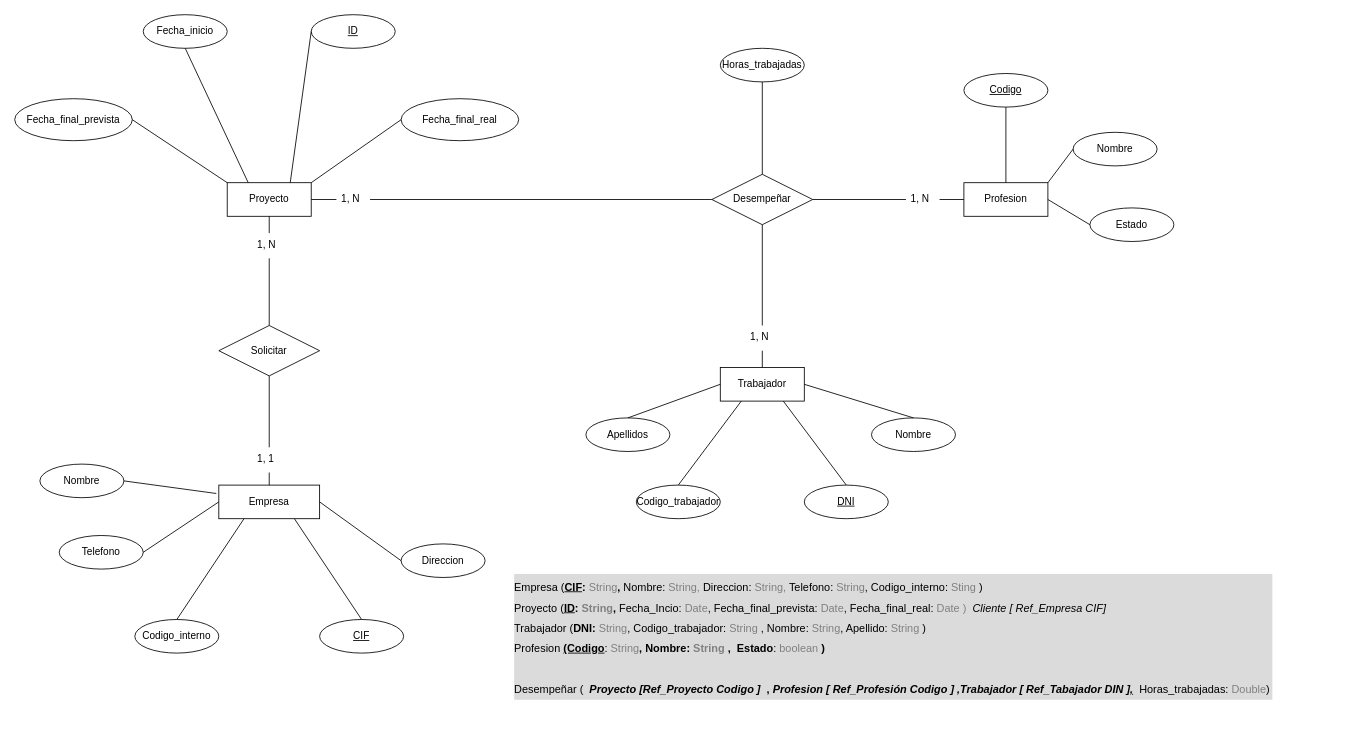
Above: Actividad_12_C3_UD12.drawio in jordimall/jmg-tsys-ta12diagramasER-drawio-111023 (draw.io), before the change. Source tidied: cells renumbered, new cells numbered last; positions are measured from the earlier drawing's top-left corner, leaving out a move shared by most shapes. Both pictures are drawn from the tidied source at 84%, with x=0, y=0 at pixel (14, 14).
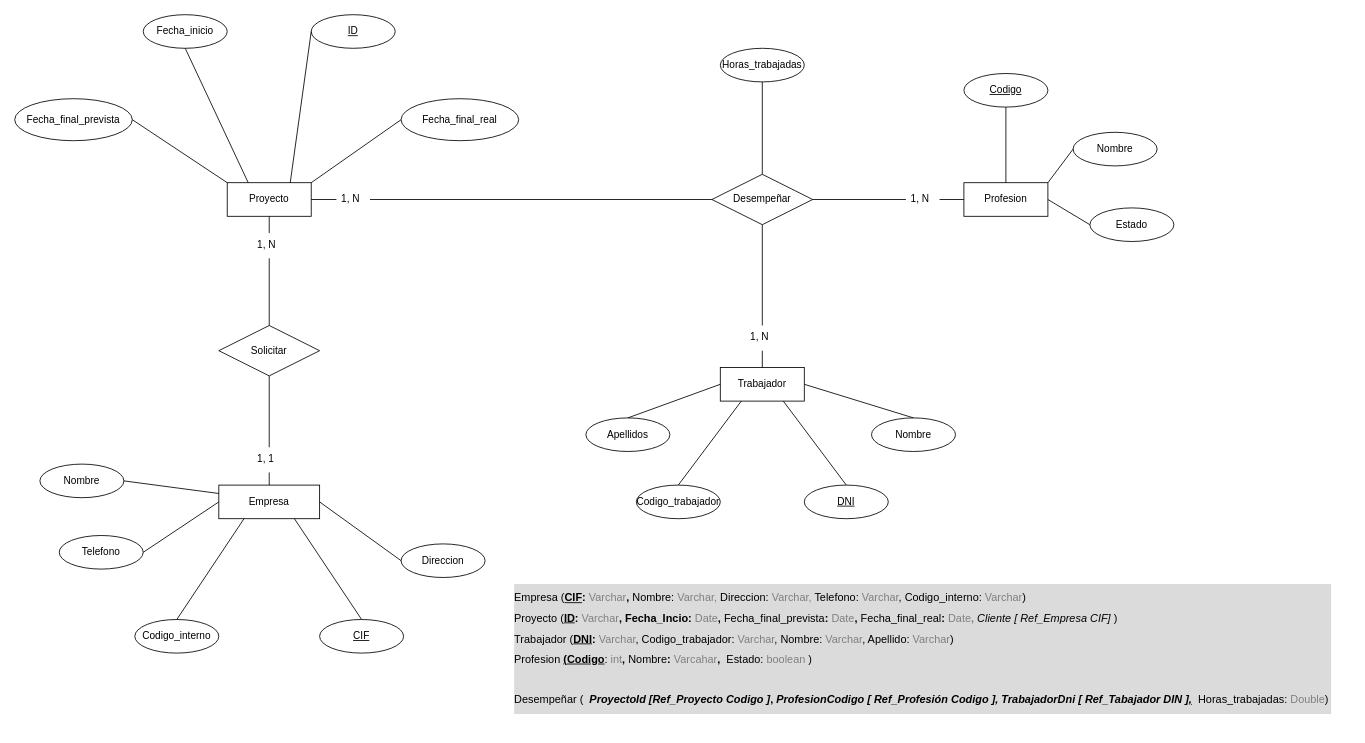
The same page after the edit.

Unchanged cells that the change refers to:
```xml
<mxCell id="2" value="Empresa" style="whiteSpace=wrap;html=1;align=center;rounded=0;" parent="1" vertex="1">
  <mxGeometry x="243" y="560" width="120" height="40" as="geometry" />
</mxCell>
<mxCell id="54" value="Nombre" style="ellipse;whiteSpace=wrap;html=1;align=center;" parent="1" vertex="1">
  <mxGeometry x="30" y="535" width="100" height="40" as="geometry" />
</mxCell>
```

The edit, as a diff of the source:
```diff
@@
-    <mxCell id="53" value="&lt;h1 style=&quot;font-size: 13px;&quot;&gt;&lt;font style=&quot;font-size: 13px;&quot;&gt;&lt;span style=&quot;font-weight: normal;&quot;&gt;Empresa&lt;/span&gt; &lt;span style=&quot;font-weight: normal;&quot;&gt;(&lt;/span&gt;&lt;u style=&quot;&quot;&gt;CIF&lt;/u&gt;: &lt;font style=&quot;font-weight: normal; font-size: 13px;&quot; color=&quot;#808080&quot;&gt;String&lt;/font&gt;, &lt;span style=&quot;font-weight: normal;&quot;&gt;Nombre&lt;/span&gt;&lt;/font&gt;&lt;span style=&quot;font-weight: normal;&quot;&gt;:&lt;/span&gt;&amp;nbsp;&lt;font style=&quot;font-weight: normal; border-color: var(--border-color);&quot; color=&quot;#808080&quot;&gt;String,&amp;nbsp;&lt;/font&gt;&lt;span style=&quot;font-weight: normal;&quot;&gt;Direccion:&lt;/span&gt; &lt;font style=&quot;font-weight: normal;&quot; color=&quot;#808080&quot;&gt;String,&lt;/font&gt;&lt;span style=&quot;font-weight: normal;&quot;&gt; Telefono: &lt;/span&gt;&lt;font style=&quot;font-weight: normal;&quot; color=&quot;#808080&quot;&gt;String&lt;/font&gt;&lt;span style=&quot;font-weight: normal;&quot;&gt;, Codigo_interno: &lt;/span&gt;&lt;font style=&quot;font-weight: normal;&quot; color=&quot;#808080&quot;&gt;Sting &lt;/font&gt;&lt;span style=&quot;font-weight: normal;&quot;&gt;)&lt;/span&gt;&lt;/h1&gt;&lt;h1 style=&quot;line-height: 120%; font-size: 13px;&quot;&gt;&lt;font style=&quot;font-size: 13px;&quot;&gt;&lt;span style=&quot;font-weight: normal;&quot;&gt;Proyecto&lt;/span&gt; &lt;span style=&quot;font-weight: normal;&quot;&gt;(&lt;/span&gt;&lt;u&gt;ID&lt;/u&gt;: &lt;font style=&quot;font-size: 13px;&quot; color=&quot;#808080&quot;&gt;String&lt;/font&gt;, &lt;span style=&quot;font-weight: normal;&quot;&gt;Fecha_Incio: &lt;font style=&quot;font-size: 13px;&quot; color=&quot;#808080&quot;&gt;Date&lt;/font&gt;, Fecha_final_prevista: &lt;font style=&quot;font-size: 13px;&quot; color=&quot;#808080&quot;&gt;Date&lt;/font&gt;, Fecha_final_real: &lt;font style=&quot;font-size: 13px;&quot; color=&quot;#808080&quot;&gt;Date )&lt;/font&gt;&lt;/span&gt;&lt;span style=&quot;font-weight: normal;&quot;&gt;&amp;nbsp;&amp;nbsp;&lt;i&gt;Cliente [ Ref_Empresa CIF]&amp;nbsp;&lt;/i&gt;&lt;/span&gt;&lt;/font&gt;&lt;/h1&gt;&lt;h1 style=&quot;line-height: 120%; font-size: 13px;&quot;&gt;&lt;font style=&quot;font-size: 13px;&quot;&gt;&lt;span style=&quot;font-weight: normal;&quot;&gt;Trabajador&lt;/span&gt; &lt;span style=&quot;font-weight: normal;&quot;&gt;(&lt;/span&gt;DNI:&lt;span style=&quot;font-weight: normal;&quot;&gt; &lt;font style=&quot;font-size: 13px;&quot; color=&quot;#808080&quot;&gt;String&lt;/font&gt;&lt;/span&gt;&lt;span style=&quot;font-weight: normal;&quot;&gt;, Codigo_trabajador: &lt;font style=&quot;font-size: 13px;&quot; color=&quot;#808080&quot;&gt;String&lt;/font&gt; , Nombre: &lt;font style=&quot;font-size: 13px;&quot; color=&quot;#808080&quot;&gt;String&lt;/font&gt;, Apellido: &lt;font style=&quot;font-size: 13px;&quot; color=&quot;#808080&quot;&gt;String&lt;/font&gt; )&lt;/span&gt;&lt;/font&gt;&lt;/h1&gt;&lt;h1 style=&quot;line-height: 120%; font-size: 13px;&quot;&gt;&lt;font style=&quot;font-size: 13px;&quot;&gt;&lt;span style=&quot;font-weight: normal;&quot;&gt;Profesion&lt;/span&gt; &lt;u&gt;(Codigo&lt;/u&gt;&lt;span style=&quot;font-weight: normal;&quot;&gt;: &lt;font style=&quot;font-size: 13px;&quot; color=&quot;#808080&quot;&gt;String&lt;/font&gt;&lt;/span&gt;, Nombre:&lt;font style=&quot;font-size: 13px;&quot; color=&quot;#808080&quot;&gt; String&lt;/font&gt;&amp;nbsp;,&amp;nbsp;&lt;/font&gt;&amp;nbsp;Estado&lt;span style=&quot;font-weight: normal;&quot;&gt;:&lt;/span&gt;&lt;font style=&quot;font-weight: normal; border-color: var(--border-color);&quot; color=&quot;#808080&quot;&gt;&amp;nbsp;boolean&lt;/font&gt;&lt;span style=&quot;font-weight: normal;&quot;&gt;&amp;nbsp;&lt;/span&gt;)&lt;/h1&gt;&lt;div&gt;&lt;font style=&quot;font-size: 13px;&quot;&gt;&lt;span style=&quot;font-weight: normal;&quot;&gt;&lt;br&gt;&lt;/span&gt;&lt;/font&gt;&lt;/div&gt;&lt;h1 style=&quot;font-size: 13px;&quot;&gt;&lt;font style=&quot;font-size: 13px;&quot;&gt;&lt;span style=&quot;font-weight: normal;&quot;&gt;Desempeñar&lt;/span&gt; &lt;span style=&quot;font-weight: normal;&quot;&gt;(&lt;/span&gt;&lt;i&gt;&amp;nbsp; Proyecto [Ref_Proyecto Codigo ]&amp;nbsp;&lt;/i&gt; ,&amp;nbsp;&lt;/font&gt;&lt;i style=&quot;border-color: var(--border-color);&quot;&gt;Profesion [ Ref_Profesión Codigo ] ,&lt;/i&gt;&lt;i style=&quot;border-color: var(--border-color);&quot;&gt;T&lt;/i&gt;&lt;i style=&quot;border-color: var(--border-color);&quot;&gt;rabajador [ Ref_Tabajador DIN&amp;nbsp;&lt;u style=&quot;border-color: var(--border-color);&quot;&gt;],&lt;/u&gt;&amp;nbsp;&lt;/i&gt;&lt;i style=&quot;font-weight: normal; border-color: var(--border-color);&quot;&gt;&amp;nbsp;&lt;/i&gt;&lt;span style=&quot;font-weight: normal;&quot;&gt;Horas_trabajadas:&lt;/span&gt;&lt;font style=&quot;font-weight: normal;&quot; color=&quot;#808080&quot;&gt; Double&lt;/font&gt;&lt;span style=&quot;font-weight: normal;&quot;&gt;)&amp;nbsp;&lt;/span&gt;&lt;/h1&gt;" style="text;html=1;strokeColor=none;fillColor=none;spacing=5;spacingTop=0;whiteSpace=wrap;overflow=hidden;rounded=0;labelBackgroundColor=#dbdbdb;verticalAlign=middle;align=left;spacingBottom=0;dashed=1;" parent="1" vertex="1">
-      <mxGeometry x="590" y="660" width="970" height="160" as="geometry" />
+    <mxCell id="53" value="&lt;h1 style=&quot;font-size: 13px;&quot;&gt;&lt;font style=&quot;font-size: 13px;&quot;&gt;&lt;span style=&quot;font-weight: normal;&quot;&gt;Empresa&lt;/span&gt; &lt;span style=&quot;font-weight: normal;&quot;&gt;(&lt;/span&gt;&lt;u style=&quot;&quot;&gt;CIF&lt;/u&gt;: &lt;font style=&quot;font-weight: normal; font-size: 13px;&quot; color=&quot;#808080&quot;&gt;Varchar&lt;/font&gt;, &lt;span style=&quot;font-weight: normal;&quot;&gt;Nombre&lt;/span&gt;&lt;/font&gt;&lt;span style=&quot;font-weight: normal;&quot;&gt;:&lt;/span&gt;&amp;nbsp;&lt;font style=&quot;font-weight: normal; border-color: var(--border-color);&quot; color=&quot;#808080&quot;&gt;Varchar,&amp;nbsp;&lt;/font&gt;&lt;span style=&quot;font-weight: normal;&quot;&gt;Direccion:&lt;/span&gt; &lt;font style=&quot;font-weight: normal;&quot; color=&quot;#808080&quot;&gt;Varchar,&lt;/font&gt;&lt;span style=&quot;font-weight: normal;&quot;&gt; Telefono: &lt;/span&gt;&lt;font style=&quot;font-weight: normal;&quot; color=&quot;#808080&quot;&gt;Varchar&lt;/font&gt;&lt;span style=&quot;font-weight: normal;&quot;&gt;, Codigo_interno: &lt;/span&gt;&lt;font style=&quot;font-weight: normal;&quot; color=&quot;#808080&quot;&gt;Varchar&lt;/font&gt;&lt;span style=&quot;font-weight: normal;&quot;&gt;)&lt;/span&gt;&lt;/h1&gt;&lt;h1 style=&quot;line-height: 120%; font-size: 13px;&quot;&gt;&lt;font style=&quot;font-size: 13px;&quot;&gt;&lt;span style=&quot;font-weight: normal;&quot;&gt;Proyecto&lt;/span&gt; &lt;span style=&quot;font-weight: normal;&quot;&gt;(&lt;/span&gt;&lt;u&gt;ID&lt;/u&gt;: &lt;font style=&quot;font-size: 13px; font-weight: normal;&quot; color=&quot;#808080&quot;&gt;Varchar&lt;/font&gt;, Fecha_Incio: &lt;font style=&quot;font-size: 13px; font-weight: normal;&quot; color=&quot;#808080&quot;&gt;Date&lt;/font&gt;, &lt;span style=&quot;font-weight: normal;&quot;&gt;Fecha_final_prevista&lt;/span&gt;: &lt;font style=&quot;font-size: 13px; font-weight: normal;&quot; color=&quot;#808080&quot;&gt;Date&lt;/font&gt;, &lt;span style=&quot;font-weight: normal;&quot;&gt;Fecha_final_real&lt;/span&gt;: &lt;font style=&quot;font-size: 13px;&quot; color=&quot;#808080&quot;&gt;&lt;span style=&quot;font-weight: normal;&quot;&gt;Date&lt;/span&gt;,&amp;nbsp;&lt;/font&gt;&lt;/font&gt;&lt;i style=&quot;font-weight: normal; border-color: var(--border-color);&quot;&gt;Cliente [ Ref_Empresa CIF]&amp;nbsp;&lt;/i&gt;&lt;span style=&quot;font-weight: normal;&quot;&gt;)&amp;nbsp;&lt;/span&gt;&amp;nbsp;&lt;/h1&gt;&lt;h1 style=&quot;line-height: 120%; font-size: 13px;&quot;&gt;&lt;font style=&quot;font-size: 13px;&quot;&gt;&lt;span style=&quot;font-weight: normal;&quot;&gt;Trabajador&lt;/span&gt; &lt;span style=&quot;font-weight: normal;&quot;&gt;(&lt;/span&gt;&lt;u&gt;DNI&lt;/u&gt;:&lt;span style=&quot;font-weight: normal;&quot;&gt; &lt;font style=&quot;font-size: 13px;&quot; color=&quot;#808080&quot;&gt;Varchar&lt;/font&gt;&lt;/span&gt;&lt;span style=&quot;font-weight: normal;&quot;&gt;, Codigo_trabajador: &lt;font color=&quot;#808080&quot;&gt;Varchar&lt;/font&gt;, Nombre: &lt;font style=&quot;font-size: 13px;&quot; color=&quot;#808080&quot;&gt;Varchar&lt;/font&gt;, Apellido: &lt;font color=&quot;#808080&quot;&gt;Varchar&lt;/font&gt;)&lt;/span&gt;&lt;/font&gt;&lt;/h1&gt;&lt;h1 style=&quot;line-height: 120%; font-size: 13px;&quot;&gt;&lt;font style=&quot;font-size: 13px;&quot;&gt;&lt;span style=&quot;font-weight: normal;&quot;&gt;Profesion&lt;/span&gt; &lt;u&gt;(Codigo&lt;/u&gt;&lt;span style=&quot;font-weight: normal;&quot;&gt;: &lt;font color=&quot;#808080&quot;&gt;int&lt;/font&gt;&lt;/span&gt;, &lt;span style=&quot;font-weight: normal;&quot;&gt;Nombre&lt;/span&gt;:&lt;font style=&quot;font-size: 13px;&quot; color=&quot;#808080&quot;&gt;&amp;nbsp;&lt;span style=&quot;font-weight: 400;&quot;&gt;Varcahar&lt;/span&gt;&lt;/font&gt;,&amp;nbsp;&lt;/font&gt;&amp;nbsp;&lt;span style=&quot;font-weight: normal;&quot;&gt;Estado:&lt;/span&gt;&lt;font style=&quot;font-weight: normal; border-color: var(--border-color);&quot; color=&quot;#808080&quot;&gt;&amp;nbsp;boolean&lt;/font&gt;&lt;span style=&quot;font-weight: normal;&quot;&gt;&amp;nbsp;)&lt;/span&gt;&lt;/h1&gt;&lt;div&gt;&lt;font style=&quot;font-size: 13px;&quot;&gt;&lt;span style=&quot;font-weight: normal;&quot;&gt;&lt;br&gt;&lt;/span&gt;&lt;/font&gt;&lt;/div&gt;&lt;h1 style=&quot;font-size: 13px;&quot;&gt;&lt;font style=&quot;font-size: 13px;&quot;&gt;&lt;span style=&quot;font-weight: normal;&quot;&gt;Desempeñar&lt;/span&gt; &lt;span style=&quot;font-weight: normal;&quot;&gt;(&lt;/span&gt;&lt;i&gt;&amp;nbsp; ProyectoId [Ref_Proyecto Codigo ]&lt;/i&gt;,&amp;nbsp;&lt;/font&gt;&lt;i style=&quot;border-color: var(--border-color);&quot;&gt;ProfesionCodigo [ Ref_Profesión Codigo ],&amp;nbsp;&lt;/i&gt;&lt;i style=&quot;border-color: var(--border-color);&quot;&gt;T&lt;/i&gt;&lt;i style=&quot;border-color: var(--border-color);&quot;&gt;rabajadorDni [ Ref_Tabajador DIN&amp;nbsp;&lt;u style=&quot;border-color: var(--border-color);&quot;&gt;],&lt;/u&gt;&amp;nbsp;&lt;/i&gt;&lt;i style=&quot;font-weight: normal; border-color: var(--border-color);&quot;&gt;&amp;nbsp;&lt;/i&gt;&lt;span style=&quot;font-weight: normal;&quot;&gt;Horas_trabajadas:&lt;/span&gt;&lt;font style=&quot;font-weight: normal;&quot; color=&quot;#808080&quot;&gt; Double&lt;/font&gt;&lt;span style=&quot;font-weight: normal;&quot;&gt;)&amp;nbsp;&lt;/span&gt;&lt;/h1&gt;" style="text;html=1;strokeColor=none;fillColor=none;spacing=5;spacingTop=0;whiteSpace=wrap;overflow=hidden;rounded=0;labelBackgroundColor=#dbdbdb;verticalAlign=middle;align=left;spacingBottom=0;dashed=1;" parent="1" vertex="1">
+      <mxGeometry x="590" y="660" width="1000" height="190" as="geometry" />
     </mxCell>
@@
-    <mxCell id="55" style="endArrow=none;html=1;rounded=0;exitX=1;exitY=0.5;exitDx=0;exitDy=0;" parent="1" edge="1" source="54">
-      <mxGeometry relative="1" as="geometry">
-        <mxPoint x="240" y="570" as="targetPoint" />
-      </mxGeometry>
+    <mxCell id="55" style="endArrow=none;html=1;rounded=0;exitX=1;exitY=0.5;exitDx=0;exitDy=0;entryX=0;entryY=0.25;entryDx=0;entryDy=0;" parent="1" edge="1" source="54" target="2">
+      <mxGeometry relative="1" as="geometry" />
     </mxCell>
```
